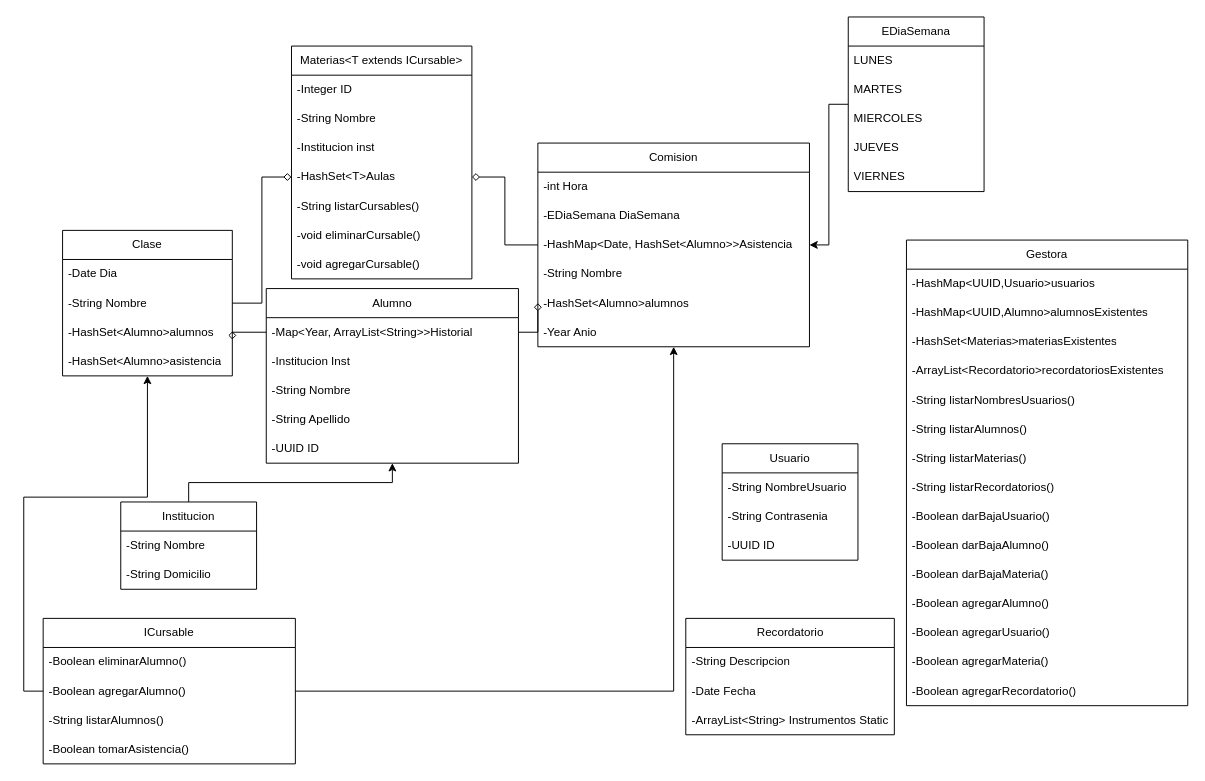
This is TpFinalUML.drawio from MLN-git/TrabajoPractico-2.0_2026, a draw.io file, before an edit. Source tidied: cells renumbered, new cells numbered last; positions are measured from the earlier drawing's top-left corner, leaving out a move shared by most shapes. Both pictures are drawn from the tidied source at 97%, with x=0, y=0 at pixel (43, 16).
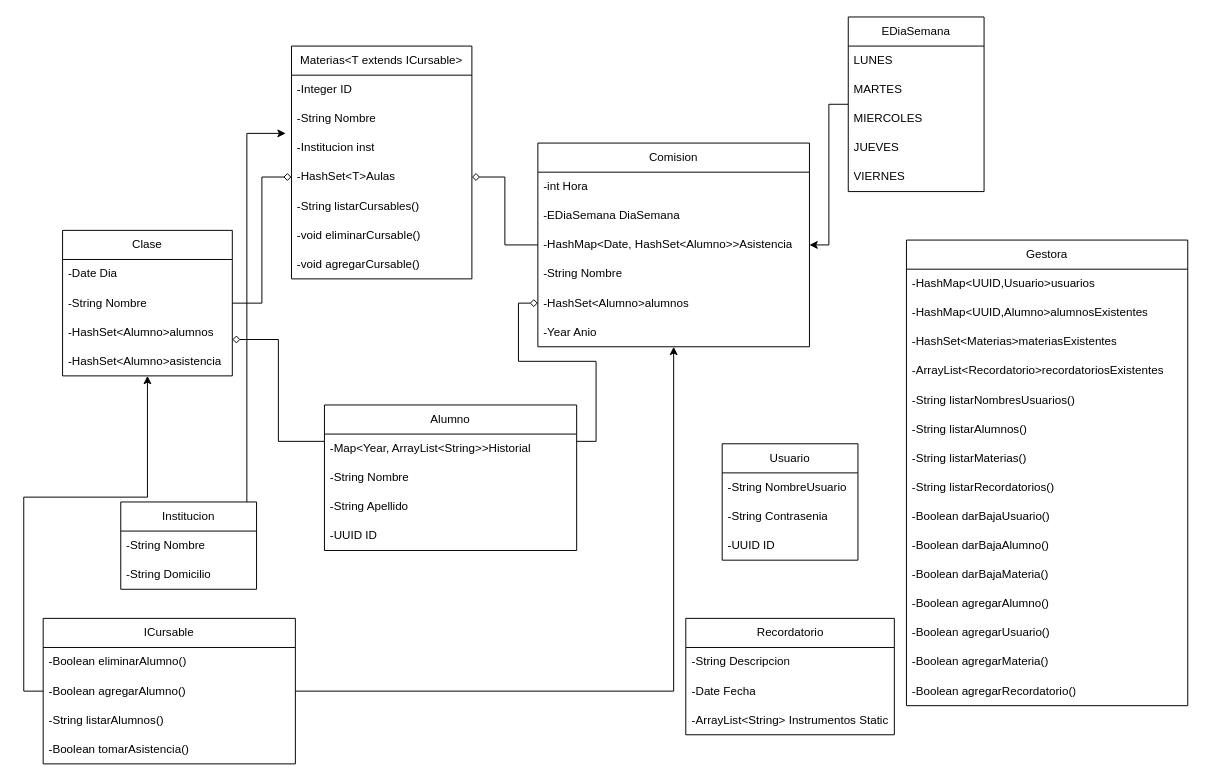
After the change.

Commit message:
UML edit borro campo institucion de alumno y edito la direccion d ela flecha

Unchanged cells that the change refers to:
```xml
<mxCell id="19" value="Institucion" style="swimlane;fontStyle=0;horizontal=1;startSize=30;whiteSpace=wrap;html=1;" parent="1" vertex="1">
  <mxGeometry x="80" y="500" width="140" height="90" as="geometry" />
</mxCell>
```

The edit, as a diff of the source:
```diff
@@
-    <mxCell id="18" style="edgeStyle=orthogonalEdgeStyle;rounded=0;jettySize=auto;html=1;exitX=0.5;exitY=0;exitDx=0;exitDy=0;defaultLabelBackgroundColor=page;labelPadding=0 4;" parent="1" edge="1" source="19" target="44">
-      <mxGeometry relative="1" as="geometry" />
+    <mxCell id="18" style="edgeStyle=orthogonalEdgeStyle;rounded=0;jettySize=auto;html=1;exitX=0.5;exitY=0;exitDx=0;exitDy=0;defaultLabelBackgroundColor=page;labelPadding=0 4;" parent="1" edge="1" source="19">
+      <mxGeometry x="-0.62" relative="1" as="geometry">
+        <mxPoint x="250" y="120" as="targetPoint" />
+        <Array as="points">
+          <mxPoint x="150" y="510" />
+          <mxPoint x="210" y="510" />
+          <mxPoint x="210" y="120" />
+        </Array>
+      </mxGeometry>
     </mxCell>
@@
     <mxCell id="44" value="Alumno" style="swimlane;fontStyle=0;horizontal=1;startSize=30;whiteSpace=wrap;html=1;" parent="1" vertex="1">
-      <mxGeometry x="230" y="280" width="260" height="180" as="geometry" />
+      <mxGeometry x="290" y="400" width="260" height="150" as="geometry" />
     </mxCell>
@@
-    <mxCell id="46" value="-Institucion Inst" style="text;strokeColor=none;fillColor=none;align=left;verticalAlign=middle;spacingLeft=4;spacingRight=4;overflow=hidden;whiteSpace=wrap;html=1;" parent="44" vertex="1">
-      <mxGeometry y="60" width="260" height="30" as="geometry" />
-    </mxCell>
     <mxCell id="47" value="-String Nombre" style="text;strokeColor=none;fillColor=none;align=left;verticalAlign=middle;spacingLeft=4;spacingRight=4;overflow=hidden;whiteSpace=wrap;html=1;" parent="44" vertex="1">
-      <mxGeometry y="90" width="260" height="30" as="geometry" />
+      <mxGeometry y="60" width="260" height="30" as="geometry" />
     </mxCell>
     <mxCell id="48" value="-String Apellido" style="text;strokeColor=none;fillColor=none;align=left;verticalAlign=middle;spacingLeft=4;spacingRight=4;overflow=hidden;whiteSpace=wrap;html=1;" parent="44" vertex="1">
-      <mxGeometry y="120" width="260" height="30" as="geometry" />
+      <mxGeometry y="90" width="260" height="30" as="geometry" />
     </mxCell>
     <mxCell id="49" value="-UUID ID" style="text;strokeColor=none;fillColor=none;align=left;verticalAlign=middle;spacingLeft=4;spacingRight=4;overflow=hidden;whiteSpace=wrap;html=1;" parent="44" vertex="1">
-      <mxGeometry y="150" width="260" height="30" as="geometry" />
+      <mxGeometry y="120" width="260" height="30" as="geometry" />
     </mxCell>
```
